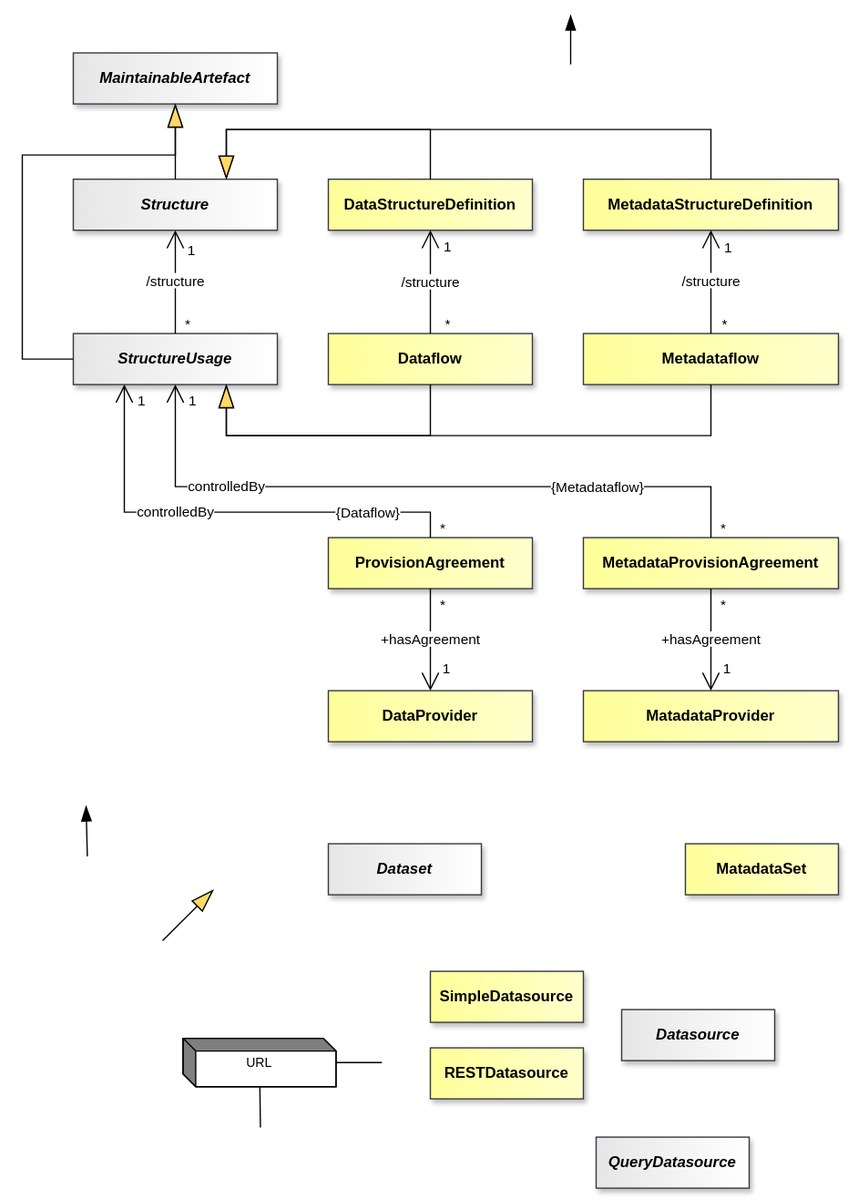
This is docs/information_model/media/sdmx_registry-dataprovisioning.svg from sdmx-twg/sdmx-im, a draw.io export, as it was before one commit. Source tidied: cells renumbered, new cells last; positions are measured from the earlier drawing's top-left corner, leaving out a move shared by most shapes.
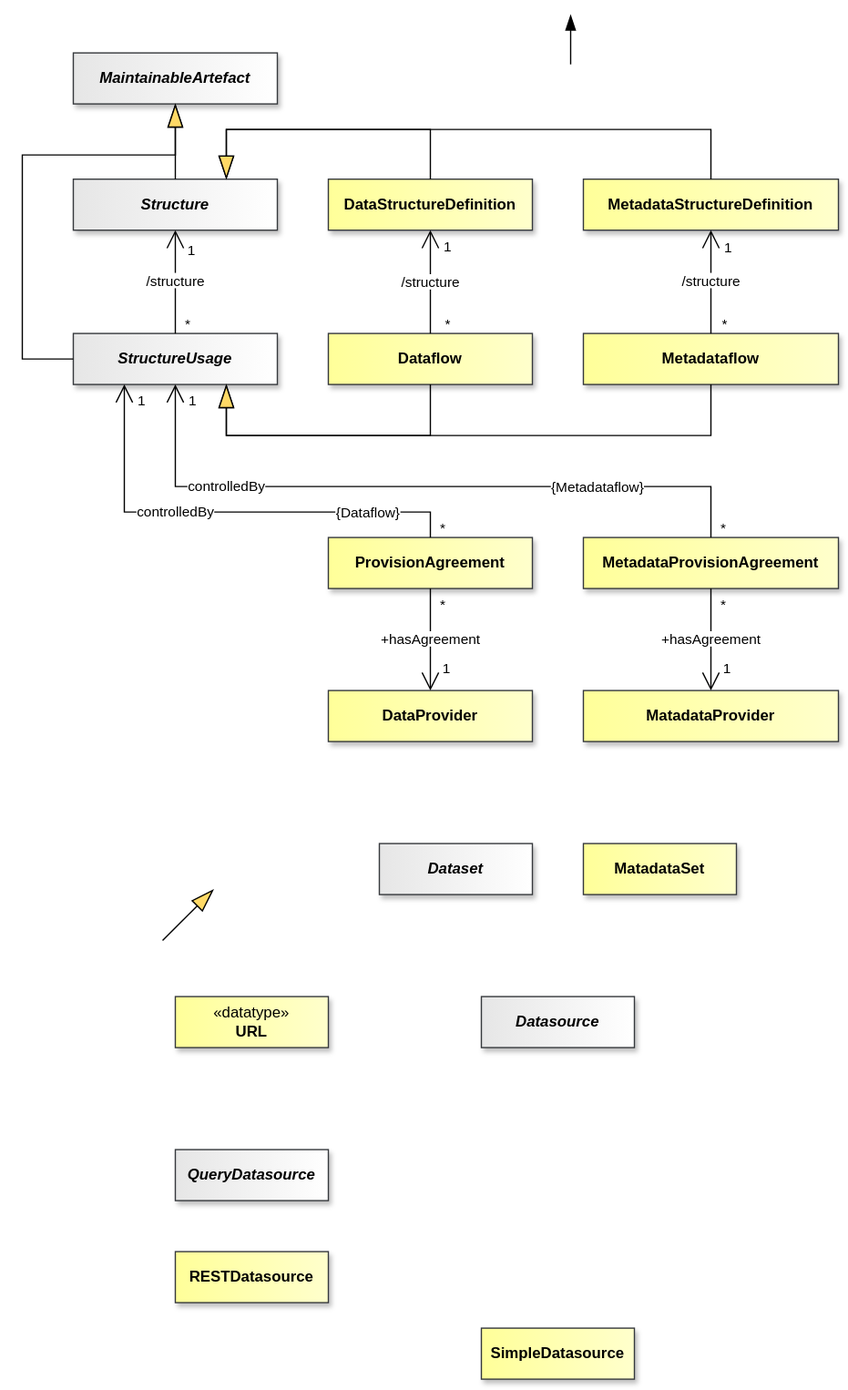
Later version of the same file.

Diff of the diagram source:
```diff
@@ -2,9 +2,6 @@
   <root>
     <mxCell id="0" />
     <mxCell id="1" parent="0" />
-    <mxCell id="2" value="URL" style="shape=mxgraph.dfd.externalEntity;fontSize=10;" parent="1" vertex="1">
-      <mxGeometry x="126" y="802.5" width="120" height="38" as="geometry" />
-    </mxCell>
     <mxCell id="3" style="endArrow=none;" parent="1" edge="1">
       <mxGeometry relative="1" as="geometry" />
     </mxCell>
@@ -41,11 +38,6 @@
     <mxCell id="14" style="endArrow=none;" parent="1" edge="1">
       <mxGeometry relative="1" as="geometry" />
     </mxCell>
-    <mxCell id="15" style="endArrow=none;" parent="1" edge="1" source="2">
-      <mxGeometry relative="1" as="geometry">
-        <mxPoint x="282" y="821.5" as="targetPoint" />
-      </mxGeometry>
-    </mxCell>
     <mxCell id="16" style="endArrow=none;" parent="1" edge="1">
       <mxGeometry relative="1" as="geometry" />
     </mxCell>
@@ -127,11 +119,6 @@
     <mxCell id="42" style="endArrow=none;" parent="1" edge="1">
       <mxGeometry relative="1" as="geometry" />
     </mxCell>
-    <mxCell id="43" style="endArrow=none;" parent="1" edge="1" source="2">
-      <mxGeometry relative="1" as="geometry">
-        <mxPoint x="186.7" y="872.5" as="targetPoint" />
-      </mxGeometry>
-    </mxCell>
     <mxCell id="44" style="endArrow=none;" parent="1" edge="1">
       <mxGeometry relative="1" as="geometry" />
     </mxCell>
@@ -242,17 +229,11 @@
       <mxGeometry x="440" y="410" width="200" height="40" as="geometry" />
     </mxCell>
     <mxCell id="76" value="&lt;span&gt;&lt;span&gt;MatadataSet&lt;/span&gt;&lt;/span&gt;" style="whiteSpace=wrap;html=1;verticalAlign=middle;gradientDirection=east;imageVerticalAlign=top;fontStyle=1;fillColor=light-dark(#FFFF99,#FFFF99);strokeColor=#36393d;fontColor=light-dark(#000000,#000000);gradientColor=light-dark(#FFFFCC,#FFFFCC);shadow=1;" parent="1" vertex="1">
-      <mxGeometry x="520" y="650" width="120" height="40" as="geometry" />
+      <mxGeometry x="440" y="650" width="120" height="40" as="geometry" />
     </mxCell>
     <mxCell id="77" value="Dataset" style="whiteSpace=wrap;html=1;verticalAlign=middle;gradientDirection=east;imageVerticalAlign=top;fontStyle=3;fillColor=light-dark(#E6E6E6,#E6E6E6);strokeColor=#36393d;fontColor=light-dark(#000000,#000000);gradientColor=light-dark(#FFFFFF,#FFFFFF);shadow=1;" parent="1" vertex="1">
-      <mxGeometry x="240" y="650" width="120" height="40" as="geometry" />
+      <mxGeometry x="280" y="650" width="120" height="40" as="geometry" />
     </mxCell>
-    <mxCell id="78" style="endArrow=blockThin;endSize=10;endFill=1;html=1;rounded=0;entryX=0.5;entryY=1;entryDx=0;entryDy=0;startFill=0;endFillColor=light-dark(#000000,#FFFFFF);strokeColor=light-dark(#000000,#FFFFFF);startFillColor=light-dark(#000000,#FFFFFF);labelBackgroundColor=none;labelBorderColor=light-dark(#000000,#FFFFFF);exitX=0.5;exitY=0;exitDx=0;exitDy=0;" parent="1" edge="1">
-      <mxGeometry x="-0.72" relative="1" as="geometry">
-        <mxPoint x="51" y="660" as="sourcePoint" />
-        <mxPoint x="50" y="620" as="targetPoint" />
-      </mxGeometry>
-    </mxCell>
     <mxCell id="79" style="endArrow=blockThin;endSize=16;endFill=1;html=1;rounded=0;entryX=0.5;entryY=1;entryDx=0;entryDy=0;startFill=0;endFillColor=light-dark(#FFD966,#FFD966);strokeColor=light-dark(#000000,#FFFFFF);startFillColor=light-dark(#000000,#FFFFFF);labelBackgroundColor=none;labelBorderColor=light-dark(#000000,#FFFFFF);" parent="1" edge="1">
       <mxGeometry x="-0.4" relative="1" as="geometry">
         <mxPoint x="110" y="726" as="sourcePoint" />
@@ -393,16 +374,19 @@
       </mxGeometry>
     </mxCell>
     <mxCell id="105" value="Datasource" style="whiteSpace=wrap;html=1;verticalAlign=middle;gradientDirection=east;imageVerticalAlign=top;fontStyle=3;fillColor=light-dark(#E6E6E6,#E6E6E6);strokeColor=#36393d;fontColor=light-dark(#000000,#000000);gradientColor=light-dark(#FFFFFF,#FFFFFF);shadow=1;" parent="1" vertex="1">
-      <mxGeometry x="470" y="780" width="120" height="40" as="geometry" />
+      <mxGeometry x="360" y="770" width="120" height="40" as="geometry" />
     </mxCell>
     <mxCell id="106" value="QueryDatasource" style="whiteSpace=wrap;html=1;verticalAlign=middle;gradientDirection=east;imageVerticalAlign=top;fontStyle=3;fillColor=light-dark(#E6E6E6,#E6E6E6);strokeColor=#36393d;fontColor=light-dark(#000000,#000000);gradientColor=light-dark(#FFFFFF,#FFFFFF);shadow=1;" parent="1" vertex="1">
-      <mxGeometry x="450" y="880" width="120" height="40" as="geometry" />
+      <mxGeometry x="120" y="890" width="120" height="40" as="geometry" />
     </mxCell>
     <mxCell id="107" value="RESTDatasource" style="whiteSpace=wrap;html=1;verticalAlign=middle;gradientDirection=east;imageVerticalAlign=top;fontStyle=1;fillColor=light-dark(#FFFF99,#FFFF99);strokeColor=#36393d;fontColor=light-dark(#000000,#000000);gradientColor=light-dark(#FFFFCC,#FFFFCC);shadow=1;" parent="1" vertex="1">
-      <mxGeometry x="320" y="810" width="120" height="40" as="geometry" />
+      <mxGeometry x="120" y="970" width="120" height="40" as="geometry" />
     </mxCell>
     <mxCell id="108" value="SimpleDatasource" style="whiteSpace=wrap;html=1;verticalAlign=middle;gradientDirection=east;imageVerticalAlign=top;fontStyle=1;fillColor=light-dark(#FFFF99,#FFFF99);strokeColor=#36393d;fontColor=light-dark(#000000,#000000);gradientColor=light-dark(#FFFFCC,#FFFFCC);shadow=1;" parent="1" vertex="1">
-      <mxGeometry x="320" y="750" width="120" height="40" as="geometry" />
+      <mxGeometry x="360" y="1030" width="120" height="40" as="geometry" />
     </mxCell>
+    <mxCell id="109" value="&lt;span style=&quot;font-weight: normal;&quot;&gt;«datatype»&lt;/span&gt;&lt;br&gt;URL" style="whiteSpace=wrap;html=1;verticalAlign=middle;gradientDirection=east;imageVerticalAlign=top;fontStyle=1;fillColor=light-dark(#FFFF99,#FFFF99);strokeColor=#36393d;fontColor=light-dark(#000000,#000000);gradientColor=light-dark(#FFFFCC,#FFFFCC);shadow=1;" parent="1" vertex="1">
+      <mxGeometry x="120" y="770" width="120" height="40" as="geometry" />
+    </mxCell>
   </root>
 </mxGraphModel>
```
